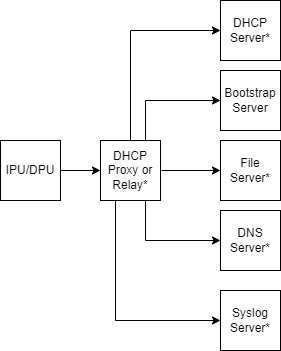
Before: architecture/sZTP-components.png, a diagram exported from draw.io (tedstreete/opi-prov-life). Source tidied: cells renumbered, new cells last; positions are measured from the earlier drawing's top-left corner, leaving out a move shared by most shapes.
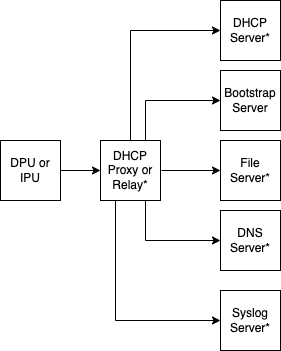
The same diagram one commit later.

Commit message:
Fix DPU and IPU naming

Change to the diagram source:
```diff
@@ -5,7 +5,7 @@
     <mxCell id="2" style="edgeStyle=orthogonalEdgeStyle;rounded=0;jettySize=auto;html=1;" parent="1" edge="1" source="3" target="9">
       <mxGeometry relative="1" as="geometry" />
     </mxCell>
-    <mxCell id="3" value="IPU/DPU" style="whiteSpace=wrap;html=1;" parent="1" vertex="1">
+    <mxCell id="3" value="DPU or IPU" style="whiteSpace=wrap;html=1;" parent="1" vertex="1">
       <mxGeometry y="140" width="60" height="60" as="geometry" />
     </mxCell>
     <mxCell id="4" style="edgeStyle=orthogonalEdgeStyle;rounded=0;jettySize=auto;html=1;" parent="1" edge="1" target="13">
```
